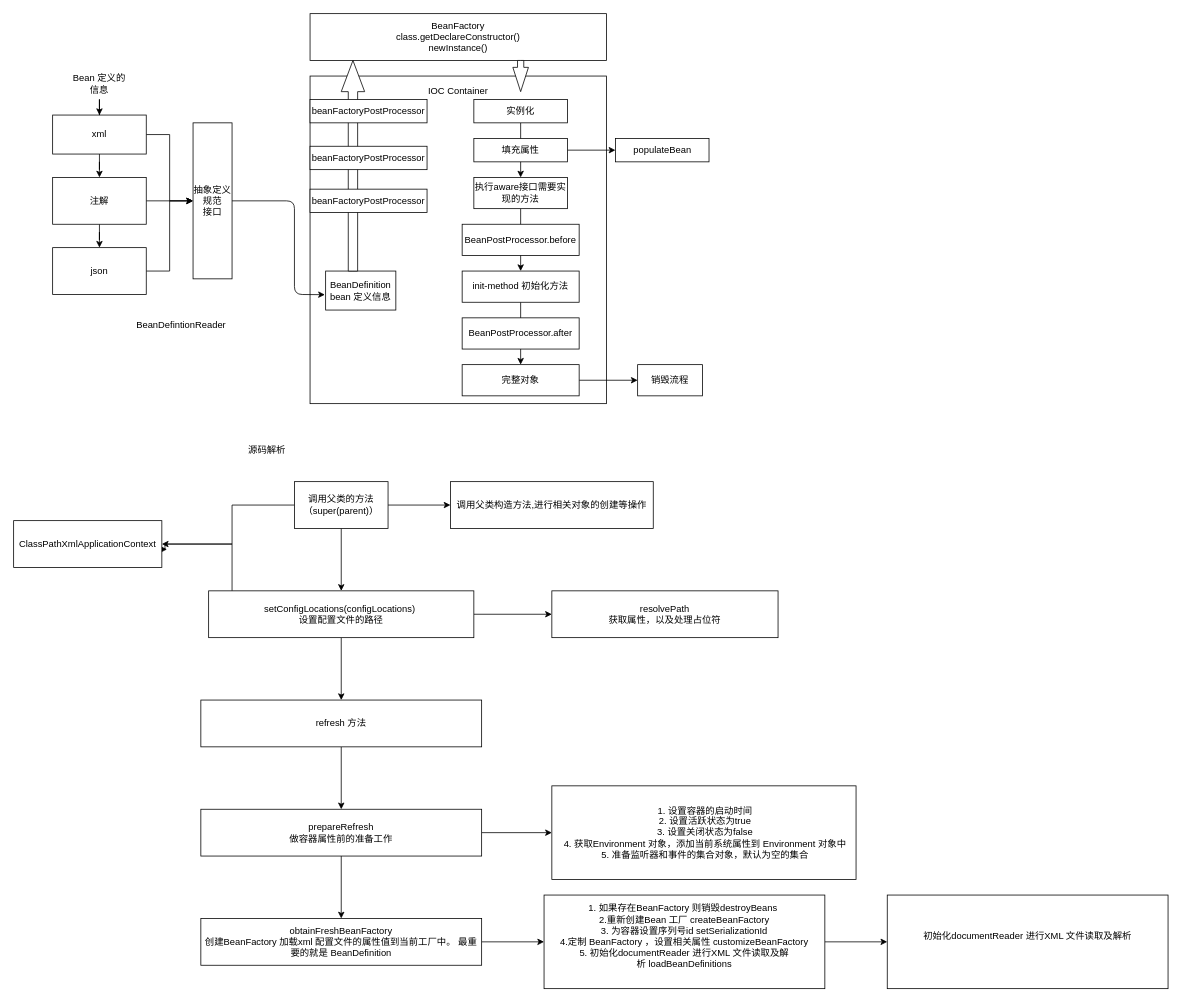
The draw.io diagram 后端/draw/SpringIoc流程图.drawio in Sean0516/OboutInterview, before the edit. Source tidied: cells renumbered, new cells numbered last; positions are measured from the earlier drawing's top-left corner, leaving out a move shared by most shapes. Both pictures are drawn from the tidied source at 78%, with x=0, y=0 at pixel (13, 13).
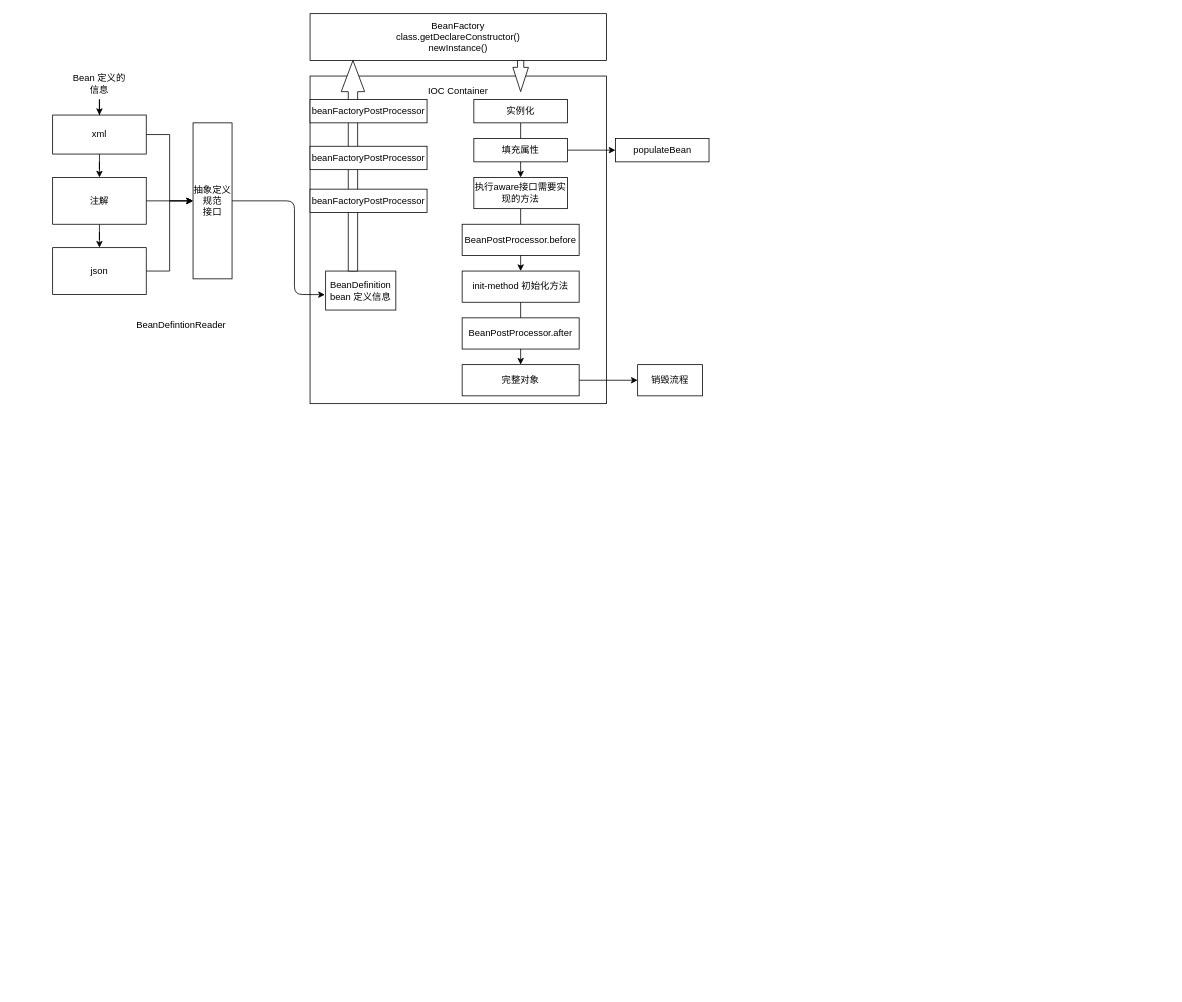
Above is the later version.

Change to the diagram source:
```diff
@@
-    <mxCell id="38" style="edgeStyle=orthogonalEdgeStyle;rounded=0;jettySize=auto;html=1;" parent="1" edge="1" source="41" target="42">
-      <mxGeometry relative="1" as="geometry" />
-    </mxCell>
-    <mxCell id="39" style="edgeStyle=orthogonalEdgeStyle;rounded=0;jettySize=auto;html=1;" parent="1" edge="1" source="41" target="47">
-      <mxGeometry relative="1" as="geometry" />
-    </mxCell>
-    <mxCell id="40" style="edgeStyle=orthogonalEdgeStyle;rounded=0;jettySize=auto;html=1;" parent="1" edge="1" source="41" target="49">
-      <mxGeometry relative="1" as="geometry">
-        <Array as="points">
-          <mxPoint x="280" y="630" />
-          <mxPoint x="280" y="680" />
-        </Array>
-      </mxGeometry>
-    </mxCell>
-    <mxCell id="41" value="调用父类的方法（super(parent)）" style="rounded=0;whiteSpace=wrap;html=1;" parent="1" vertex="1">
-      <mxGeometry x="360" y="600" width="120" height="60" as="geometry" />
-    </mxCell>
-    <mxCell id="42" value="调用父类构造方法,进行相关对象的创建等操作" style="whiteSpace=wrap;html=1;rounded=0;" parent="1" vertex="1">
-      <mxGeometry x="560" y="600" width="260" height="60" as="geometry" />
-    </mxCell>
-    <mxCell id="43" value="源码解析" style="text;html=1;strokeColor=none;fillColor=none;align=center;verticalAlign=middle;whiteSpace=wrap;rounded=0;" parent="1" vertex="1">
-      <mxGeometry x="260" y="550" width="130" height="20" as="geometry" />
-    </mxCell>
-    <mxCell id="44" style="edgeStyle=orthogonalEdgeStyle;rounded=0;jettySize=auto;html=1;" parent="1" edge="1" source="47" target="48">
-      <mxGeometry relative="1" as="geometry" />
-    </mxCell>
-    <mxCell id="45" style="edgeStyle=orthogonalEdgeStyle;rounded=0;jettySize=auto;html=1;entryX=1.035;entryY=0.613;entryDx=0;entryDy=0;entryPerimeter=0;" parent="1" edge="1" source="47" target="49">
-      <mxGeometry relative="1" as="geometry">
-        <Array as="points">
-          <mxPoint x="280" y="680" />
-          <mxPoint x="194" y="680" />
-        </Array>
-      </mxGeometry>
-    </mxCell>
-    <mxCell id="46" style="edgeStyle=orthogonalEdgeStyle;rounded=0;jettySize=auto;html=1;" parent="1" edge="1" source="47" target="51">
-      <mxGeometry relative="1" as="geometry" />
-    </mxCell>
-    <mxCell id="47" value="setConfigLocations(configLocations)&amp;nbsp;&lt;br&gt;设置配置文件的路径" style="whiteSpace=wrap;html=1;rounded=0;" parent="1" vertex="1">
-      <mxGeometry x="250" y="740" width="340" height="60" as="geometry" />
-    </mxCell>
-    <mxCell id="48" value="resolvePath&lt;br&gt;获取属性，以及处理占位符" style="whiteSpace=wrap;html=1;rounded=0;" parent="1" vertex="1">
-      <mxGeometry x="690" y="740" width="290" height="60" as="geometry" />
-    </mxCell>
-    <mxCell id="49" value="ClassPathXmlApplicationContext" style="whiteSpace=wrap;html=1;rounded=0;" parent="1" vertex="1">
-      <mxGeometry y="650" width="190" height="60" as="geometry" />
-    </mxCell>
-    <mxCell id="50" style="edgeStyle=orthogonalEdgeStyle;rounded=0;jettySize=auto;html=1;" parent="1" edge="1" source="51" target="54">
-      <mxGeometry relative="1" as="geometry" />
-    </mxCell>
-    <mxCell id="51" value="refresh 方法" style="whiteSpace=wrap;html=1;rounded=0;" parent="1" vertex="1">
-      <mxGeometry x="240" y="880" width="360" height="60" as="geometry" />
-    </mxCell>
-    <mxCell id="52" style="edgeStyle=orthogonalEdgeStyle;rounded=0;jettySize=auto;html=1;" parent="1" edge="1" source="54" target="55">
-      <mxGeometry relative="1" as="geometry" />
-    </mxCell>
-    <mxCell id="53" style="edgeStyle=orthogonalEdgeStyle;rounded=0;jettySize=auto;html=1;" parent="1" edge="1" source="54" target="57">
-      <mxGeometry relative="1" as="geometry" />
-    </mxCell>
-    <mxCell id="54" value="prepareRefresh&lt;br&gt;做容器属性前的准备工作" style="whiteSpace=wrap;html=1;rounded=0;" parent="1" vertex="1">
-      <mxGeometry x="240" y="1020" width="360" height="60" as="geometry" />
-    </mxCell>
-    <mxCell id="55" value="&lt;div&gt;&amp;nbsp;1. 设置容器的启动时间&lt;/div&gt;&lt;div&gt;&amp;nbsp;2. 设置活跃状态为true&lt;/div&gt;&lt;div&gt;&amp;nbsp;3. 设置关闭状态为false&lt;/div&gt;&lt;div&gt;&amp;nbsp;4. 获取Environment 对象，添加当前系统属性到 Environment 对象中&lt;/div&gt;&lt;div&gt;&amp;nbsp;5. 准备监听器和事件的集合对象，默认为空的集合&lt;/div&gt;" style="whiteSpace=wrap;html=1;rounded=0;" parent="1" vertex="1">
-      <mxGeometry x="690" y="990" width="390" height="120" as="geometry" />
-    </mxCell>
-    <mxCell id="56" style="edgeStyle=orthogonalEdgeStyle;rounded=0;jettySize=auto;html=1;" parent="1" edge="1" source="57" target="59">
-      <mxGeometry relative="1" as="geometry" />
-    </mxCell>
-    <mxCell id="57" value="obtainFreshBeanFactory&lt;br&gt;创建BeanFactory 加载xml 配置文件的属性值到当前工厂中。 最重要的就是 BeanDefinition" style="whiteSpace=wrap;html=1;rounded=0;" parent="1" vertex="1">
-      <mxGeometry x="240" y="1160" width="360" height="60" as="geometry" />
-    </mxCell>
-    <mxCell id="58" style="edgeStyle=orthogonalEdgeStyle;rounded=0;jettySize=auto;html=1;" parent="1" edge="1" source="59" target="60">
-      <mxGeometry relative="1" as="geometry" />
-    </mxCell>
-    <mxCell id="59" value="1. 如果存在BeanFactory 则销毁destroyBeans&amp;nbsp;&lt;br&gt;2.重新创建Bean 工厂&amp;nbsp;createBeanFactory&lt;br&gt;3.&amp;nbsp;为容器设置序列号id&amp;nbsp;setSerializationId&lt;br&gt;4.定制 BeanFactory ，设置相关属性&amp;nbsp;customizeBeanFactory&lt;br&gt;5.&amp;nbsp;初始化documentReader 进行XML 文件读取及解析&amp;nbsp;loadBeanDefinitions&lt;br&gt;&amp;nbsp;" style="whiteSpace=wrap;html=1;rounded=0;" parent="1" vertex="1">
-      <mxGeometry x="680" y="1130" width="360" height="120" as="geometry" />
-    </mxCell>
-    <mxCell id="60" value="初始化documentReader 进行XML 文件读取及解析&lt;br&gt;&amp;nbsp;" style="whiteSpace=wrap;html=1;rounded=0;" parent="1" vertex="1">
-      <mxGeometry x="1120" y="1130" width="360" height="120" as="geometry" />
-    </mxCell>
```
